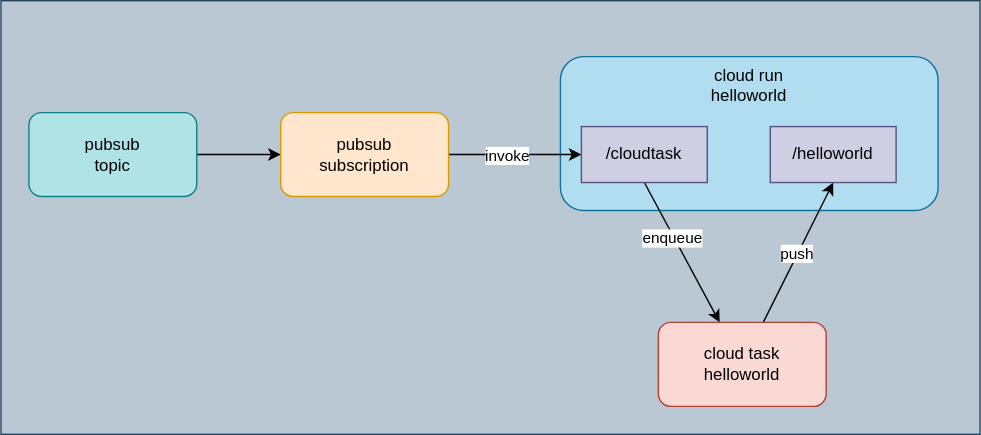
Above: integrated-examples/trace/diagram.drawio.svg in nakamasato/golang-training (draw.io), before the change. Source tidied: cells renumbered, new cells last; positions are measured from the earlier drawing's top-left corner, leaving out a move shared by most shapes.
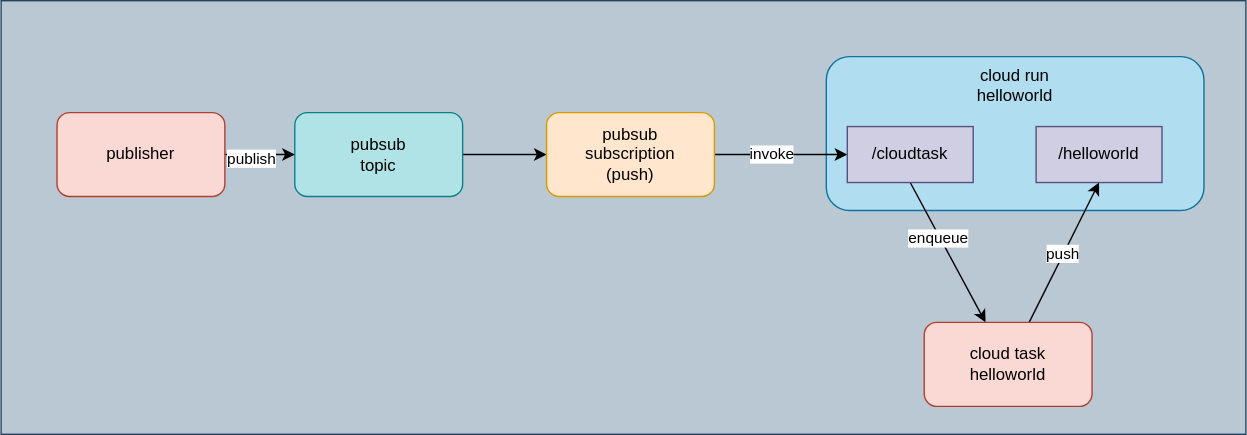
The same file after the commit.

The edit, as a diff of the source:
```diff
@@ -3,7 +3,7 @@
     <mxCell id="0" />
     <mxCell id="1" parent="0" />
     <mxCell id="2" style="rounded=0;whiteSpace=wrap;html=1;fillColor=#bac8d3;strokeColor=#23445d;" parent="1" vertex="1">
-      <mxGeometry width="700" height="310" as="geometry" />
+      <mxGeometry x="-190" width="890" height="310" as="geometry" />
     </mxCell>
     <mxCell id="3" value="cloud run&lt;br&gt;helloworld" style="rounded=1;whiteSpace=wrap;html=1;verticalAlign=top;fillColor=#b1ddf0;strokeColor=#10739e;" parent="1" vertex="1">
       <mxGeometry x="400" y="40" width="270" height="110" as="geometry" />
@@ -20,7 +20,7 @@
     <mxCell id="7" value="invoke" style="edgeLabel;html=1;align=center;verticalAlign=middle;" parent="6" vertex="1">
       <mxGeometry x="-0.14" relative="1" as="geometry" />
     </mxCell>
-    <mxCell id="8" value="pubsub&lt;br&gt;subscription" style="rounded=1;whiteSpace=wrap;html=1;fillColor=#ffe6cc;strokeColor=#d79b00;" parent="1" vertex="1">
+    <mxCell id="8" value="pubsub&lt;br&gt;subscription&lt;br&gt;(push)" style="rounded=1;whiteSpace=wrap;html=1;fillColor=#ffe6cc;strokeColor=#d79b00;" parent="1" vertex="1">
       <mxGeometry x="200" y="80" width="120" height="60" as="geometry" />
     </mxCell>
     <mxCell id="9" style="edgeStyle=none;html=1;exitX=0.5;exitY=1;exitDx=0;exitDy=0;" parent="1" edge="1" source="14" target="13">
@@ -44,5 +44,14 @@
     <mxCell id="15" value="/helloworld" style="rounded=0;whiteSpace=wrap;html=1;fillColor=#d0cee2;strokeColor=#56517e;" parent="1" vertex="1">
       <mxGeometry x="550" y="90" width="90" height="40" as="geometry" />
     </mxCell>
+    <mxCell id="16" style="edgeStyle=none;html=1;" parent="1" edge="1" source="18" target="5">
+      <mxGeometry relative="1" as="geometry" />
+    </mxCell>
+    <mxCell id="17" value="publish" style="edgeLabel;html=1;align=center;verticalAlign=middle;" parent="16" vertex="1">
+      <mxGeometry x="-0.23" y="-3" relative="1" as="geometry" />
+    </mxCell>
+    <mxCell id="18" value="publisher" style="rounded=1;whiteSpace=wrap;html=1;fillColor=#fad9d5;strokeColor=#ae4132;" parent="1" vertex="1">
+      <mxGeometry x="-150" y="80" width="120" height="60" as="geometry" />
+    </mxCell>
   </root>
 </mxGraphModel>
```
